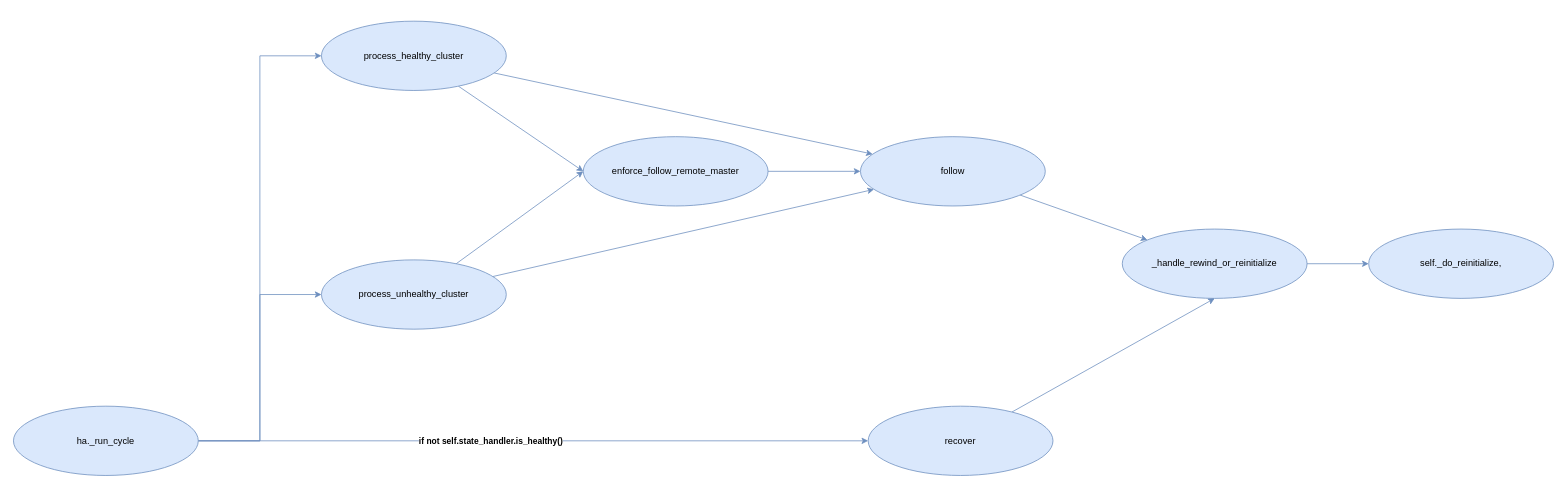
Earlier version of the draw.io diagram docs/patroni-trigger-reinitialize-workflow.drawio (xin49/patroni). Source tidied: cells renumbered, new cells numbered last; positions are measured from the earlier drawing's top-left corner, leaving out a move shared by most shapes. Both pictures are drawn from the tidied source at 77%, with x=0, y=0 at pixel (13, 21).
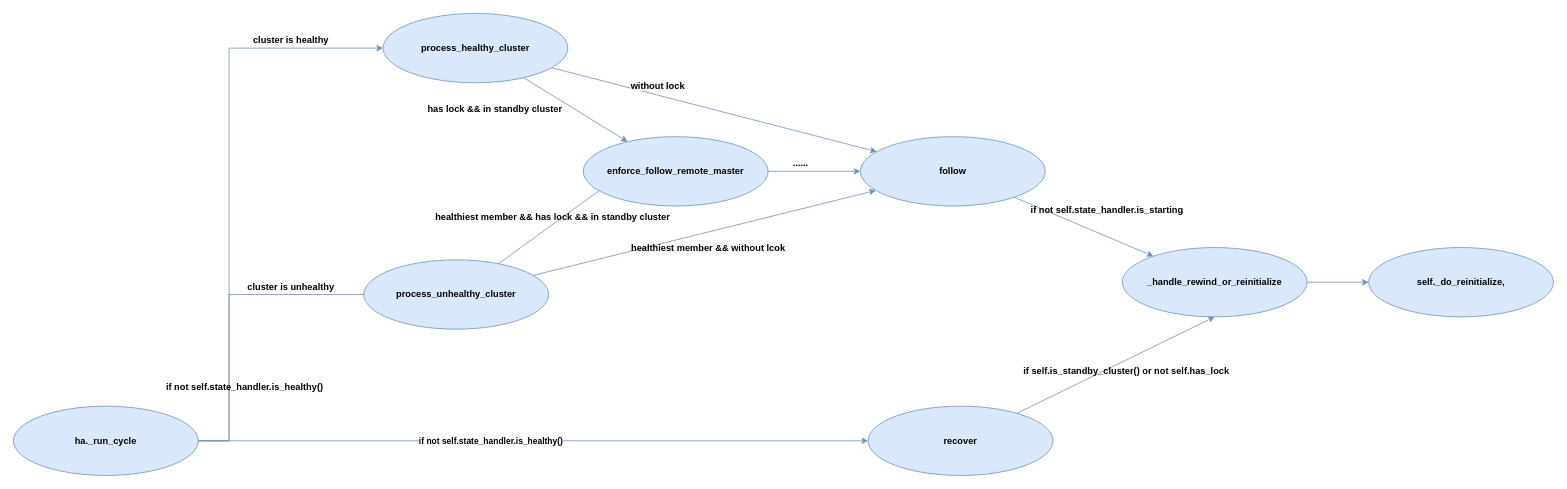
After the change.

Change to the diagram source:
```diff
@@
-    <mxCell id="2" value="self._do_reinitialize," style="ellipse;whiteSpace=wrap;html=1;fillColor=#dae8fc;strokeColor=#6c8ebf;" parent="1" vertex="1">
-      <mxGeometry x="1760" y="270" width="240" height="90" as="geometry" />
+    <mxCell id="2" value="self._do_reinitialize," style="ellipse;whiteSpace=wrap;html=1;fillColor=#dae8fc;strokeColor=#6c8ebf;fontStyle=1;" parent="1" vertex="1">
+      <mxGeometry x="1760" y="294" width="240" height="90" as="geometry" />
     </mxCell>
-    <mxCell id="3" style="edgeStyle=orthogonalEdgeStyle;rounded=0;jettySize=auto;html=1;fillColor=#dae8fc;strokeColor=#6c8ebf;" parent="1" edge="1" source="4" target="2">
+    <mxCell id="3" style="edgeStyle=orthogonalEdgeStyle;rounded=0;jettySize=auto;html=1;fillColor=#dae8fc;strokeColor=#6c8ebf;fontStyle=1;" parent="1" edge="1" source="4" target="2">
       <mxGeometry relative="1" as="geometry" />
     </mxCell>
-    <mxCell id="4" value="_handle_rewind_or_reinitialize" style="ellipse;whiteSpace=wrap;html=1;fillColor=#dae8fc;strokeColor=#6c8ebf;" parent="1" vertex="1">
-      <mxGeometry x="1440" y="270" width="240" height="90" as="geometry" />
+    <mxCell id="4" value="_handle_rewind_or_reinitialize" style="ellipse;whiteSpace=wrap;html=1;fillColor=#dae8fc;strokeColor=#6c8ebf;fontStyle=1;" parent="1" vertex="1">
+      <mxGeometry x="1440" y="294" width="240" height="90" as="geometry" />
     </mxCell>
-    <mxCell id="5" style="rounded=0;jettySize=auto;html=1;fillColor=#dae8fc;strokeColor=#6c8ebf;" parent="1" edge="1" source="6" target="4">
+    <mxCell id="5" style="rounded=0;jettySize=auto;html=1;fillColor=#dae8fc;strokeColor=#6c8ebf;fontStyle=1;" parent="1" edge="1" source="6" target="4">
       <mxGeometry relative="1" as="geometry" />
     </mxCell>
-    <mxCell id="6" value="follow" style="ellipse;whiteSpace=wrap;html=1;fillColor=#dae8fc;strokeColor=#6c8ebf;" parent="1" vertex="1">
+    <mxCell id="6" value="follow" style="ellipse;whiteSpace=wrap;html=1;fillColor=#dae8fc;strokeColor=#6c8ebf;fontStyle=1;" parent="1" vertex="1">
       <mxGeometry x="1100" y="150" width="240" height="90" as="geometry" />
     </mxCell>
-    <mxCell id="7" style="rounded=0;jettySize=auto;html=1;entryX=0.5;entryY=1;entryDx=0;entryDy=0;fillColor=#dae8fc;strokeColor=#6c8ebf;" parent="1" edge="1" source="8" target="4">
+    <mxCell id="7" style="rounded=0;jettySize=auto;html=1;entryX=0.5;entryY=1;entryDx=0;entryDy=0;fillColor=#dae8fc;strokeColor=#6c8ebf;fontStyle=1;" parent="1" edge="1" source="8" target="4">
       <mxGeometry relative="1" as="geometry" />
     </mxCell>
-    <mxCell id="8" value="recover" style="ellipse;whiteSpace=wrap;html=1;fillColor=#dae8fc;strokeColor=#6c8ebf;" parent="1" vertex="1">
+    <mxCell id="8" value="recover" style="ellipse;whiteSpace=wrap;html=1;fillColor=#dae8fc;strokeColor=#6c8ebf;fontStyle=1;" parent="1" vertex="1">
       <mxGeometry x="1110" y="500" width="240" height="90" as="geometry" />
     </mxCell>
-    <mxCell id="9" style="edgeStyle=orthogonalEdgeStyle;rounded=0;jettySize=auto;html=1;fillColor=#dae8fc;strokeColor=#6c8ebf;" parent="1" edge="1" source="13" target="8">
+    <mxCell id="9" style="edgeStyle=orthogonalEdgeStyle;rounded=0;jettySize=auto;html=1;fillColor=#dae8fc;strokeColor=#6c8ebf;fontStyle=1;" parent="1" edge="1" source="13" target="8">
       <mxGeometry relative="1" as="geometry" />
     </mxCell>
-    <mxCell id="10" value="&lt;b&gt;if not self.state_handler.is_healthy()&lt;/b&gt;" style="edgeLabel;html=1;align=center;verticalAlign=middle;" parent="9" vertex="1">
+    <mxCell id="10" value="&lt;span&gt;if not self.state_handler.is_healthy()&lt;/span&gt;" style="edgeLabel;html=1;align=center;verticalAlign=middle;fontStyle=1;" parent="9" vertex="1">
       <mxGeometry x="-0.33" y="1" relative="1" as="geometry">
         <mxPoint x="88" y="1" as="offset" />
       </mxGeometry>
     </mxCell>
-    <mxCell id="11" style="edgeStyle=orthogonalEdgeStyle;rounded=0;jettySize=auto;html=1;entryX=0;entryY=0.5;entryDx=0;entryDy=0;fillColor=#dae8fc;strokeColor=#6c8ebf;" parent="1" edge="1" source="13" target="16">
-      <mxGeometry relative="1" as="geometry" />
+    <mxCell id="11" style="edgeStyle=orthogonalEdgeStyle;rounded=0;jettySize=auto;html=1;entryX=0;entryY=0.5;entryDx=0;entryDy=0;fillColor=#dae8fc;strokeColor=#6c8ebf;fontStyle=1;" parent="1" edge="1" source="13" target="16">
+      <mxGeometry relative="1" as="geometry">
+        <Array as="points">
+          <mxPoint x="280" y="545" />
+          <mxPoint x="280" y="35" />
+        </Array>
+      </mxGeometry>
     </mxCell>
-    <mxCell id="12" style="edgeStyle=orthogonalEdgeStyle;rounded=0;jettySize=auto;html=1;entryX=0;entryY=0.5;entryDx=0;entryDy=0;fillColor=#dae8fc;strokeColor=#6c8ebf;" parent="1" edge="1" source="13" target="19">
-      <mxGeometry relative="1" as="geometry" />
+    <mxCell id="12" style="edgeStyle=orthogonalEdgeStyle;rounded=0;jettySize=auto;html=1;entryX=0;entryY=0.5;entryDx=0;entryDy=0;fillColor=#dae8fc;strokeColor=#6c8ebf;fontStyle=1;" parent="1" edge="1" source="13">
+      <mxGeometry relative="1" as="geometry">
+        <mxPoint x="491.9" y="355" as="targetPoint" />
+        <Array as="points">
+          <mxPoint x="280" y="545" />
+          <mxPoint x="280" y="355" />
+        </Array>
+      </mxGeometry>
     </mxCell>
-    <mxCell id="13" value="ha._run_cycle" style="ellipse;whiteSpace=wrap;html=1;fillColor=#dae8fc;strokeColor=#6c8ebf;" parent="1" vertex="1">
+    <mxCell id="13" value="ha._run_cycle" style="ellipse;whiteSpace=wrap;html=1;fillColor=#dae8fc;strokeColor=#6c8ebf;fontStyle=1;" parent="1" vertex="1">
       <mxGeometry y="500" width="240" height="90" as="geometry" />
     </mxCell>
-    <mxCell id="14" style="rounded=0;jettySize=auto;html=1;fillColor=#dae8fc;strokeColor=#6c8ebf;" parent="1" edge="1" source="16" target="6">
+    <mxCell id="14" style="rounded=0;jettySize=auto;html=1;fillColor=#dae8fc;strokeColor=#6c8ebf;fontStyle=1;" parent="1" edge="1" source="16" target="6">
       <mxGeometry relative="1" as="geometry" />
     </mxCell>
-    <mxCell id="15" style="rounded=0;jettySize=auto;html=1;entryX=0;entryY=0.5;entryDx=0;entryDy=0;fillColor=#dae8fc;strokeColor=#6c8ebf;" parent="1" edge="1" source="16" target="21">
+    <mxCell id="15" style="rounded=0;jettySize=auto;html=1;fontStyle=1;fillColor=#dae8fc;strokeColor=#6c8ebf;" parent="1" edge="1" source="16" target="21">
       <mxGeometry relative="1" as="geometry" />
     </mxCell>
-    <mxCell id="16" value="process_healthy_cluster" style="ellipse;whiteSpace=wrap;html=1;fillColor=#dae8fc;strokeColor=#6c8ebf;" parent="1" vertex="1">
-      <mxGeometry x="400" width="240" height="90" as="geometry" />
+    <mxCell id="16" value="process_healthy_cluster" style="ellipse;whiteSpace=wrap;html=1;fillColor=#dae8fc;strokeColor=#6c8ebf;fontStyle=1;" parent="1" vertex="1">
+      <mxGeometry x="480" y="-10" width="240" height="90" as="geometry" />
     </mxCell>
-    <mxCell id="17" style="rounded=0;jettySize=auto;html=1;fillColor=#dae8fc;strokeColor=#6c8ebf;" parent="1" edge="1" source="19" target="6">
+    <mxCell id="17" style="rounded=0;jettySize=auto;html=1;fillColor=#dae8fc;strokeColor=#6c8ebf;fontStyle=1;" parent="1" edge="1" source="19" target="6">
       <mxGeometry relative="1" as="geometry" />
     </mxCell>
-    <mxCell id="18" style="rounded=0;jettySize=auto;html=1;entryX=0;entryY=0.5;entryDx=0;entryDy=0;fillColor=#dae8fc;strokeColor=#6c8ebf;" parent="1" edge="1" source="19" target="21">
-      <mxGeometry relative="1" as="geometry" />
+    <mxCell id="18" style="rounded=0;jettySize=auto;html=1;entryX=0;entryY=0.5;entryDx=0;entryDy=0;fillColor=#dae8fc;strokeColor=#6c8ebf;fontStyle=1;" parent="1" edge="1" source="19">
+      <mxGeometry relative="1" as="geometry">
+        <mxPoint x="795" y="195" as="targetPoint" />
+      </mxGeometry>
     </mxCell>
-    <mxCell id="19" value="process_unhealthy_cluster" style="ellipse;whiteSpace=wrap;html=1;fillColor=#dae8fc;strokeColor=#6c8ebf;" parent="1" vertex="1">
-      <mxGeometry x="400" y="310" width="240" height="90" as="geometry" />
+    <mxCell id="19" value="process_unhealthy_cluster" style="ellipse;whiteSpace=wrap;html=1;fillColor=#dae8fc;strokeColor=#6c8ebf;fontStyle=1;" parent="1" vertex="1">
+      <mxGeometry x="455" y="310" width="240" height="90" as="geometry" />
     </mxCell>
-    <mxCell id="20" style="rounded=0;jettySize=auto;html=1;fillColor=#dae8fc;strokeColor=#6c8ebf;" parent="1" edge="1" source="21" target="6">
+    <mxCell id="20" style="rounded=0;jettySize=auto;html=1;fillColor=#dae8fc;strokeColor=#6c8ebf;fontStyle=1;" parent="1" edge="1" source="21" target="6">
       <mxGeometry relative="1" as="geometry" />
     </mxCell>
-    <mxCell id="21" value="enforce_follow_remote_master" style="ellipse;whiteSpace=wrap;html=1;fillColor=#dae8fc;strokeColor=#6c8ebf;" parent="1" vertex="1">
+    <mxCell id="21" value="enforce_follow_remote_master" style="ellipse;whiteSpace=wrap;html=1;fillColor=#dae8fc;strokeColor=#6c8ebf;fontStyle=1;" parent="1" vertex="1">
       <mxGeometry x="740" y="150" width="240" height="90" as="geometry" />
     </mxCell>
+    <mxCell id="22" value="&lt;span&gt;if not self.state_handler.is_healthy()&lt;/span&gt;" style="text;html=1;align=center;verticalAlign=middle;strokeColor=none;fillColor=none;fontStyle=1;" parent="1" vertex="1">
+      <mxGeometry x="170" y="460" width="260" height="30" as="geometry" />
+    </mxCell>
+    <mxCell id="23" value="&lt;span&gt;cluster is healthy&lt;/span&gt;" style="text;html=1;align=center;verticalAlign=middle;strokeColor=none;fillColor=none;fontStyle=1;" parent="1" vertex="1">
+      <mxGeometry x="290" y="10" width="140" height="30" as="geometry" />
+    </mxCell>
+    <mxCell id="24" value="&lt;span&gt;cluster is unhealthy&lt;/span&gt;" style="text;html=1;align=center;verticalAlign=middle;strokeColor=none;fillColor=none;fontStyle=1;" parent="1" vertex="1">
+      <mxGeometry x="285" y="330" width="150" height="30" as="geometry" />
+    </mxCell>
+    <mxCell id="25" value="healthiest member &amp;amp;&amp;amp; has lock &amp;amp;&amp;amp; in standby cluster" style="text;html=1;align=center;verticalAlign=middle;strokeColor=none;fillColor=none;fontStyle=1;" parent="1" vertex="1">
+      <mxGeometry x="510" y="240" width="380" height="30" as="geometry" />
+    </mxCell>
+    <mxCell id="26" value="healthiest member &amp;amp;&amp;amp; without lcok" style="text;html=1;align=center;verticalAlign=middle;strokeColor=none;fillColor=none;fontStyle=1;" parent="1" vertex="1">
+      <mxGeometry x="772" y="280" width="260" height="30" as="geometry" />
+    </mxCell>
+    <mxCell id="27" value="has lock &amp;amp;&amp;amp; in standby cluster" style="text;html=1;align=center;verticalAlign=middle;strokeColor=none;fillColor=none;fontStyle=1;" parent="1" vertex="1">
+      <mxGeometry x="510" y="100" width="230" height="30" as="geometry" />
+    </mxCell>
+    <mxCell id="28" value="&lt;span style=&quot;color: rgb(0, 0, 0); font-family: Helvetica; font-size: 12px; font-style: normal; font-variant-ligatures: normal; font-variant-caps: normal; letter-spacing: normal; orphans: 2; text-align: center; text-indent: 0px; text-transform: none; widows: 2; word-spacing: 0px; -webkit-text-stroke-width: 0px; background-color: rgb(251, 251, 251); text-decoration-thickness: initial; text-decoration-style: initial; text-decoration-color: initial; float: none; display: inline !important;&quot;&gt;without lock&lt;/span&gt;" style="text;whiteSpace=wrap;html=1;fontStyle=1;" parent="1" vertex="1">
+      <mxGeometry x="800" y="70" width="220" height="40" as="geometry" />
+    </mxCell>
+    <mxCell id="29" value="......" style="text;html=1;align=center;verticalAlign=middle;strokeColor=none;fillColor=none;fontStyle=1;" parent="1" vertex="1">
+      <mxGeometry x="997" y="170" width="50" height="30" as="geometry" />
+    </mxCell>
+    <mxCell id="30" value="if not self.state_handler.is_starting" style="text;html=1;align=center;verticalAlign=middle;strokeColor=none;fillColor=none;fontStyle=1;" parent="1" vertex="1">
+      <mxGeometry x="1295" y="230" width="250" height="30" as="geometry" />
+    </mxCell>
+    <mxCell id="31" value="if self.is_standby_cluster() or not self.has_lock" style="text;html=1;align=center;verticalAlign=middle;strokeColor=none;fillColor=none;fontStyle=1;" parent="1" vertex="1">
+      <mxGeometry x="1275" y="440" width="340" height="30" as="geometry" />
+    </mxCell>
```
